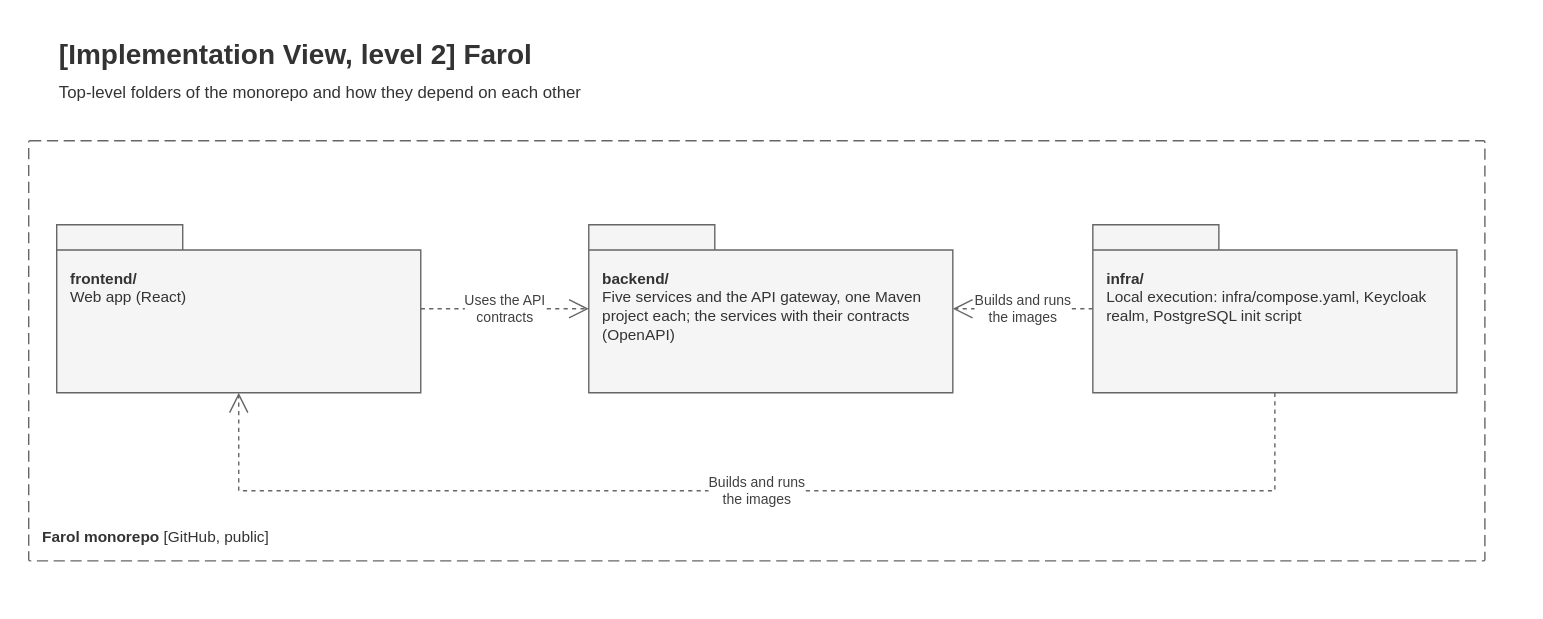
Above: Docs/Technical/diagrams/implementation-view-level-2.drawio.svg in tomasoliveira21/LABDSOF (draw.io), before the change. Source tidied: cells renumbered, new cells last; positions are measured from the earlier drawing's top-left corner, leaving out a move shared by most shapes.
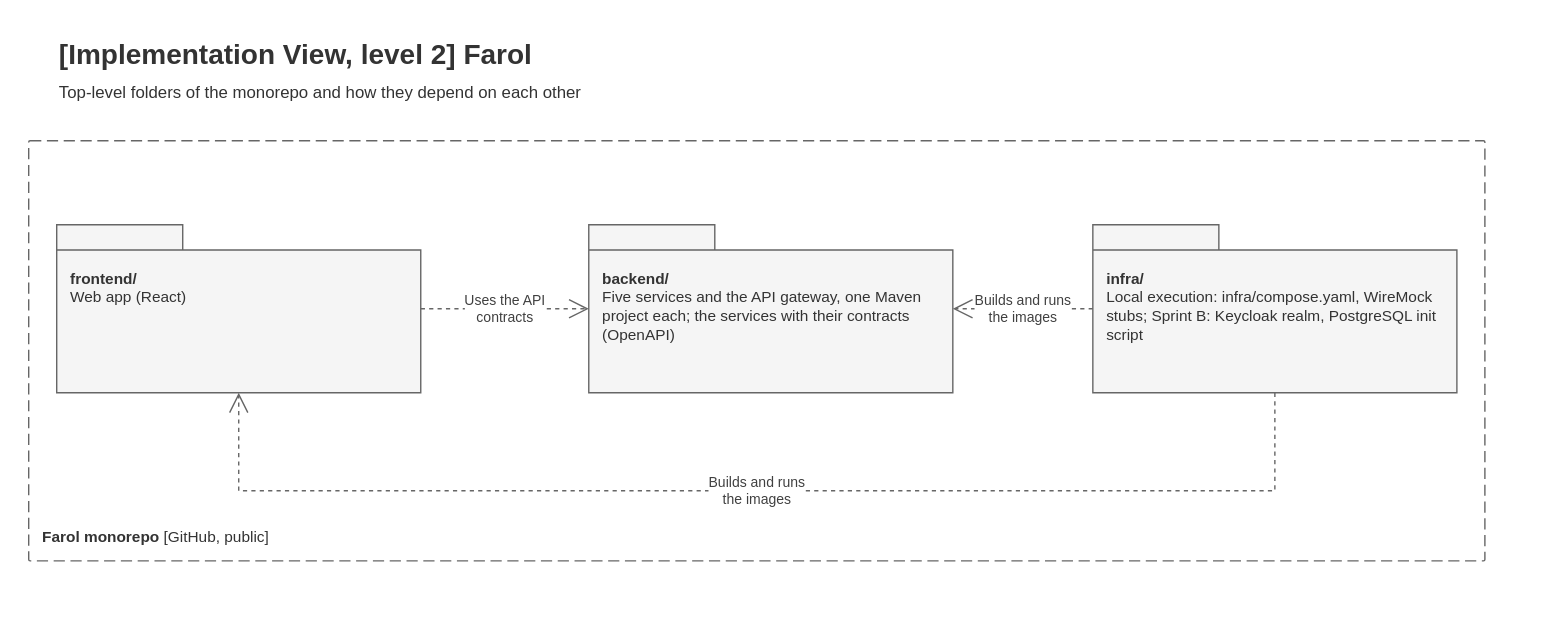
After the commit.

Diff of the diagram source:
```diff
@@ -14,7 +14,7 @@
     <mxCell id="5" value="&lt;b&gt;backend/&lt;/b&gt;&lt;br&gt;Five services and the API gateway, one Maven project each; the services with their contracts (OpenAPI)" style="shape=folder;tabWidth=90;tabHeight=18;tabPosition=left;whiteSpace=wrap;html=1;fillColor=#f5f5f5;strokeColor=#666666;fontColor=#333333;verticalAlign=top;align=left;spacing=10;spacingTop=18;fontSize=11;" parent="1" vertex="1">
       <mxGeometry x="400" y="140" width="260" height="120" as="geometry" />
     </mxCell>
-    <mxCell id="6" value="&lt;b&gt;infra/&lt;/b&gt;&lt;br&gt;Local execution: infra/compose.yaml, Keycloak realm, PostgreSQL init script" style="shape=folder;tabWidth=90;tabHeight=18;tabPosition=left;whiteSpace=wrap;html=1;fillColor=#f5f5f5;strokeColor=#666666;fontColor=#333333;verticalAlign=top;align=left;spacing=10;spacingTop=18;fontSize=11;" parent="1" vertex="1">
+    <mxCell id="6" value="&lt;b&gt;infra/&lt;/b&gt;&lt;br&gt;Local execution: infra/compose.yaml, WireMock stubs; Sprint B: Keycloak realm, PostgreSQL init script" style="shape=folder;tabWidth=90;tabHeight=18;tabPosition=left;whiteSpace=wrap;html=1;fillColor=#f5f5f5;strokeColor=#666666;fontColor=#333333;verticalAlign=top;align=left;spacing=10;spacingTop=18;fontSize=11;" parent="1" vertex="1">
       <mxGeometry x="760" y="140" width="260" height="120" as="geometry" />
     </mxCell>
     <mxCell id="7" value="Uses the API&lt;br&gt;contracts" style="endArrow=open;dashed=1;html=1;fontSize=10;fontColor=#404040;strokeColor=#666666;endSize=12;rounded=0;labelBackgroundColor=#ffffff;" parent="1" edge="1" source="4" target="5">
```
